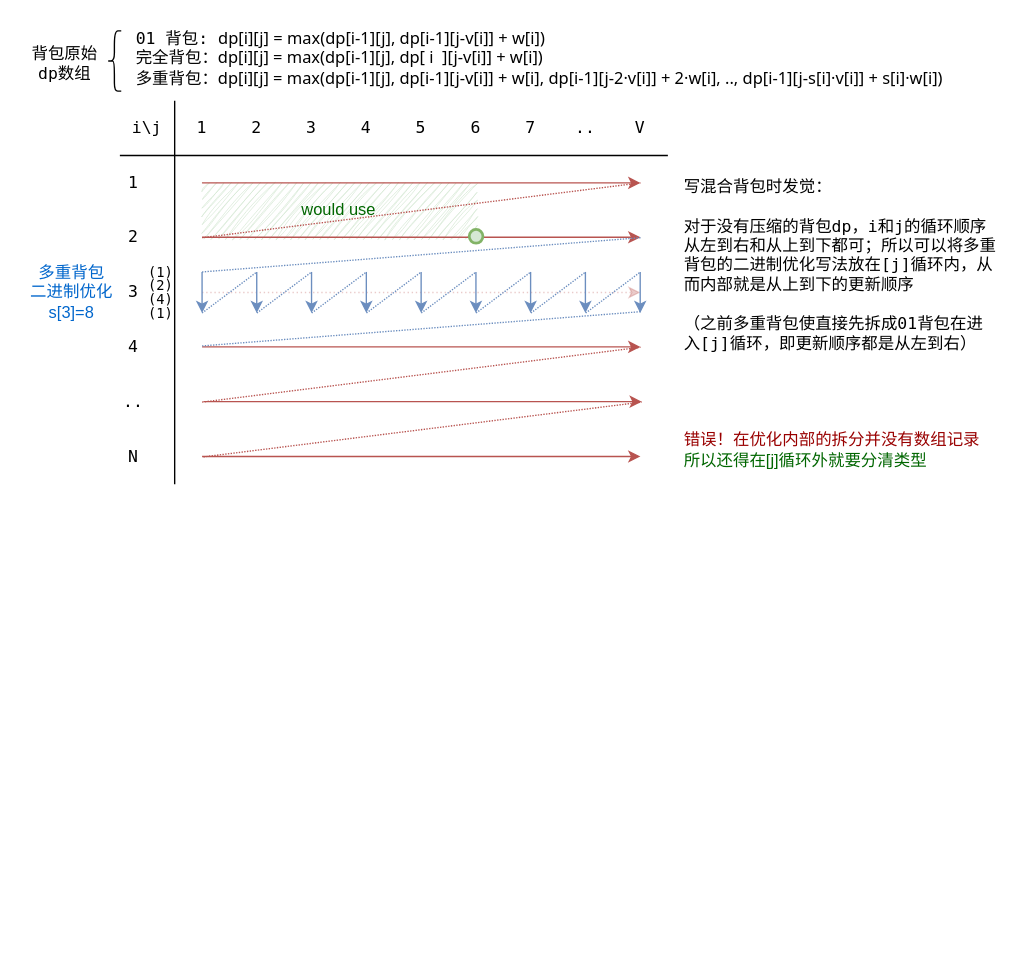
This is common/figs/algorithm.drawio from Xlucidator/AtWill-exercise, a draw.io file, before an edit. Source tidied: cells renumbered, new cells numbered last; positions are measured from the earlier drawing's top-left corner, leaving out a move shared by most shapes. Both pictures are drawn from the tidied source at 137%, with x=0, y=0 at pixel (23, 23).
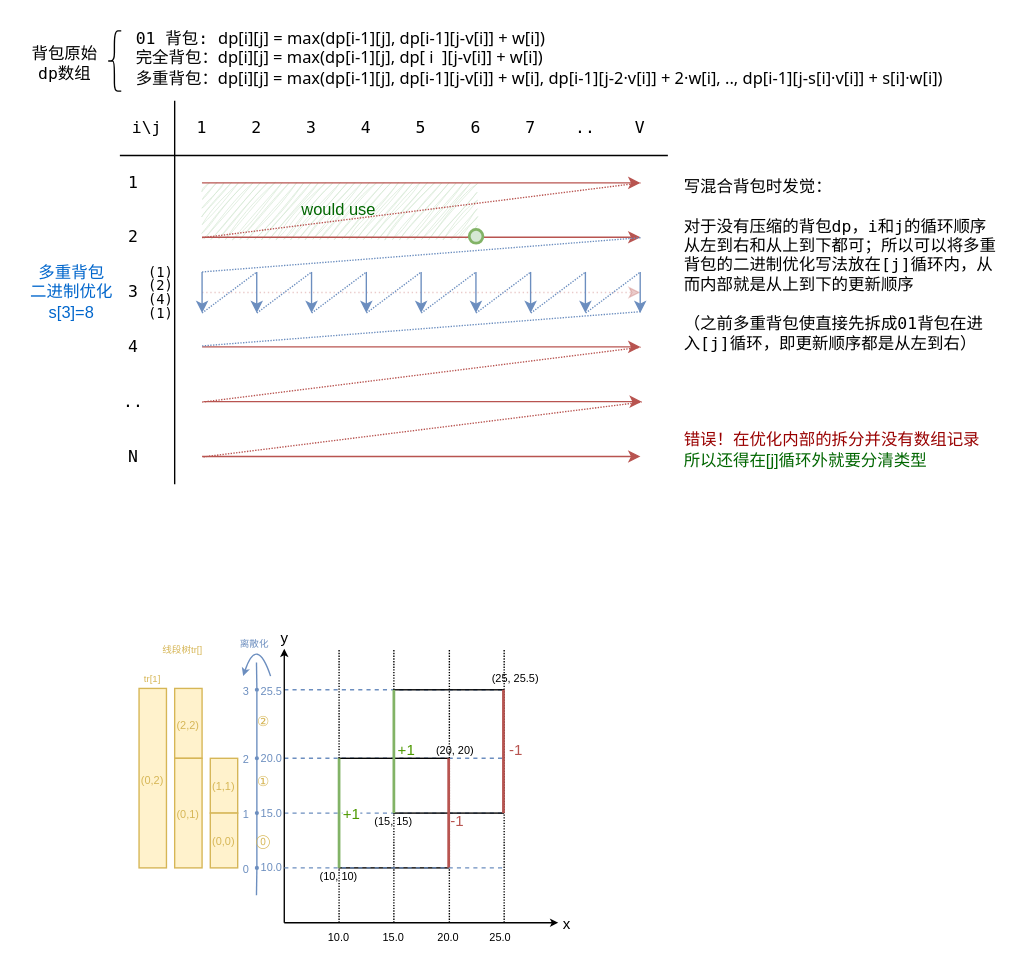
Above is the later version.

The edit, as a diff of the source:
```diff
@@
+    <mxCell id="60" style="endArrow=none;dashed=1;html=1;strokeWidth=1;rounded=0;fillColor=#dae8fc;strokeColor=#6c8ebf;" parent="1" edge="1">
+      <mxGeometry relative="1" as="geometry">
+        <mxPoint x="190" y="536" as="sourcePoint" />
+        <mxPoint x="350" y="536" as="targetPoint" />
+      </mxGeometry>
+    </mxCell>
+    <mxCell id="61" style="endArrow=none;dashed=1;html=1;strokeWidth=1;rounded=0;fillColor=#dae8fc;strokeColor=#6c8ebf;" parent="1" edge="1">
+      <mxGeometry relative="1" as="geometry">
+        <mxPoint x="190" y="486" as="sourcePoint" />
+        <mxPoint x="350" y="486" as="targetPoint" />
+      </mxGeometry>
+    </mxCell>
+    <mxCell id="62" style="endArrow=none;dashed=1;html=1;strokeWidth=1;rounded=0;fillColor=#dae8fc;strokeColor=#6c8ebf;" parent="1" edge="1">
+      <mxGeometry relative="1" as="geometry">
+        <mxPoint x="190" y="576" as="sourcePoint" />
+        <mxPoint x="350" y="576" as="targetPoint" />
+      </mxGeometry>
+    </mxCell>
@@
+    <mxCell id="63" style="endArrow=classic;html=1;rounded=0;startSize=3;endSize=3;" parent="1" edge="1">
+      <mxGeometry relative="1" as="geometry">
+        <mxPoint x="190" y="656" as="sourcePoint" />
+        <mxPoint x="390" y="656" as="targetPoint" />
+      </mxGeometry>
+    </mxCell>
+    <mxCell id="64" value="x" style="edgeLabel;html=1;align=center;verticalAlign=middle;labelBackgroundColor=none;" parent="63" vertex="1">
+      <mxGeometry x="0.88" relative="1" as="geometry">
+        <mxPoint x="17" as="offset" />
+      </mxGeometry>
+    </mxCell>
+    <mxCell id="65" style="endArrow=classic;html=1;rounded=0;startSize=3;endSize=3;" parent="1" edge="1">
+      <mxGeometry relative="1" as="geometry">
+        <mxPoint x="190" y="656" as="sourcePoint" />
+        <mxPoint x="190" y="456" as="targetPoint" />
+      </mxGeometry>
+    </mxCell>
+    <mxCell id="66" value="y" style="edgeLabel;html=1;align=center;verticalAlign=middle;labelBackgroundColor=none;" parent="65" vertex="1">
+      <mxGeometry x="0.84" relative="1" as="geometry">
+        <mxPoint x="-1" y="-25" as="offset" />
+      </mxGeometry>
+    </mxCell>
+    <mxCell id="67" style="whiteSpace=wrap;html=1;fillColor=none;" parent="1" vertex="1">
+      <mxGeometry x="230" y="536" width="80" height="80" as="geometry" />
+    </mxCell>
+    <mxCell id="68" style="rounded=0;whiteSpace=wrap;html=1;fillColor=none;" parent="1" vertex="1">
+      <mxGeometry x="270" y="486" width="80" height="90" as="geometry" />
+    </mxCell>
+    <mxCell id="69" value="&lt;font style=&quot;font-size: 8px;&quot;&gt;(10, 10)&lt;/font&gt;" style="text;html=1;align=center;verticalAlign=middle;whiteSpace=wrap;rounded=0;" parent="1" vertex="1">
+      <mxGeometry x="215" y="616" width="30" height="10" as="geometry" />
+    </mxCell>
+    <mxCell id="70" value="&lt;font style=&quot;font-size: 8px;&quot;&gt;(20, 20)&lt;/font&gt;" style="text;html=1;align=center;verticalAlign=middle;whiteSpace=wrap;rounded=0;" parent="1" vertex="1">
+      <mxGeometry x="300" y="524" width="30" height="10" as="geometry" />
+    </mxCell>
+    <mxCell id="71" value="&lt;font style=&quot;font-size: 8px;&quot;&gt;(15, 15)&lt;/font&gt;" style="text;html=1;align=center;verticalAlign=middle;whiteSpace=wrap;rounded=0;" parent="1" vertex="1">
+      <mxGeometry x="255" y="576" width="30" height="10" as="geometry" />
+    </mxCell>
+    <mxCell id="72" value="&lt;font style=&quot;font-size: 8px;&quot;&gt;(25, 25.5)&lt;/font&gt;" style="text;html=1;align=center;verticalAlign=middle;whiteSpace=wrap;rounded=0;" parent="1" vertex="1">
+      <mxGeometry x="338" y="472" width="42" height="10" as="geometry" />
+    </mxCell>
+    <mxCell id="73" style="endArrow=none;dashed=1;html=1;strokeWidth=1;rounded=0;dashPattern=1 1;" parent="1" edge="1">
+      <mxGeometry relative="1" as="geometry">
+        <mxPoint x="230" y="656" as="sourcePoint" />
+        <mxPoint x="230" y="456" as="targetPoint" />
+      </mxGeometry>
+    </mxCell>
+    <mxCell id="74" style="endArrow=none;dashed=1;html=1;strokeWidth=1;rounded=0;dashPattern=1 1;" parent="1" edge="1">
+      <mxGeometry relative="1" as="geometry">
+        <mxPoint x="270" y="656" as="sourcePoint" />
+        <mxPoint x="270" y="456" as="targetPoint" />
+      </mxGeometry>
+    </mxCell>
+    <mxCell id="75" style="endArrow=none;dashed=1;html=1;strokeWidth=1;rounded=0;dashPattern=1 1;" parent="1" edge="1">
+      <mxGeometry relative="1" as="geometry">
+        <mxPoint x="310.5" y="656" as="sourcePoint" />
+        <mxPoint x="310.5" y="456" as="targetPoint" />
+      </mxGeometry>
+    </mxCell>
+    <mxCell id="76" style="endArrow=none;dashed=1;html=1;strokeWidth=1;rounded=0;dashPattern=1 1;" parent="1" edge="1">
+      <mxGeometry relative="1" as="geometry">
+        <mxPoint x="350.5" y="656" as="sourcePoint" />
+        <mxPoint x="350.5" y="456" as="targetPoint" />
+      </mxGeometry>
+    </mxCell>
+    <mxCell id="77" value="&lt;font style=&quot;font-size: 8px;&quot;&gt;10.0&lt;/font&gt;" style="text;html=1;align=center;verticalAlign=middle;whiteSpace=wrap;rounded=0;" parent="1" vertex="1">
+      <mxGeometry x="220" y="656" width="20" height="20" as="geometry" />
+    </mxCell>
+    <mxCell id="78" value="&lt;font style=&quot;font-size: 8px;&quot;&gt;15.0&lt;/font&gt;" style="text;html=1;align=center;verticalAlign=middle;whiteSpace=wrap;rounded=0;" parent="1" vertex="1">
+      <mxGeometry x="260" y="656" width="20" height="20" as="geometry" />
+    </mxCell>
+    <mxCell id="79" value="&lt;font style=&quot;font-size: 8px;&quot;&gt;20.0&lt;/font&gt;" style="text;html=1;align=center;verticalAlign=middle;whiteSpace=wrap;rounded=0;" parent="1" vertex="1">
+      <mxGeometry x="300" y="656" width="20" height="20" as="geometry" />
+    </mxCell>
+    <mxCell id="80" value="&lt;font style=&quot;font-size: 8px;&quot;&gt;25.0&lt;/font&gt;" style="text;html=1;align=center;verticalAlign=middle;whiteSpace=wrap;rounded=0;" parent="1" vertex="1">
+      <mxGeometry x="338" y="656" width="20" height="20" as="geometry" />
+    </mxCell>
+    <mxCell id="81" style="endArrow=none;html=1;rounded=0;fillColor=#d5e8d4;strokeColor=#82b366;exitX=0;exitY=1;exitDx=0;exitDy=0;strokeWidth=2;entryX=0;entryY=0;entryDx=0;entryDy=0;" parent="1" edge="1" source="68" target="68">
+      <mxGeometry relative="1" as="geometry" />
+    </mxCell>
+    <mxCell id="82" value="&lt;font style=&quot;color: rgb(77, 153, 0);&quot;&gt;+1&lt;/font&gt;" style="edgeLabel;html=1;align=center;verticalAlign=middle;labelBackgroundColor=none;" parent="81" vertex="1">
+      <mxGeometry x="0.28" y="-1" relative="1" as="geometry">
+        <mxPoint x="7" y="11" as="offset" />
+      </mxGeometry>
+    </mxCell>
+    <mxCell id="83" style="endArrow=none;html=1;rounded=0;fillColor=#f8cecc;strokeColor=#b85450;entryX=1;entryY=0;entryDx=0;entryDy=0;exitX=1;exitY=1;exitDx=0;exitDy=0;strokeWidth=2;" parent="1" edge="1" source="68" target="68">
+      <mxGeometry relative="1" as="geometry" />
+    </mxCell>
+    <mxCell id="84" value="&lt;font style=&quot;color: rgb(184, 84, 80);&quot;&gt;-1&lt;/font&gt;" style="edgeLabel;html=1;align=center;verticalAlign=middle;labelBackgroundColor=none;" parent="83" vertex="1">
+      <mxGeometry x="0.28" y="-1" relative="1" as="geometry">
+        <mxPoint x="7" y="11" as="offset" />
+      </mxGeometry>
+    </mxCell>
+    <mxCell id="85" style="endArrow=none;html=1;rounded=0;fillColor=#f8cecc;strokeColor=#b85450;entryX=1;entryY=0;entryDx=0;entryDy=0;exitX=1;exitY=1;exitDx=0;exitDy=0;strokeWidth=2;" parent="1" edge="1" source="67" target="67">
+      <mxGeometry relative="1" as="geometry" />
+    </mxCell>
+    <mxCell id="86" value="&lt;font style=&quot;color: rgb(184, 84, 80);&quot;&gt;-1&lt;/font&gt;" style="edgeLabel;html=1;align=center;verticalAlign=middle;labelBackgroundColor=none;" parent="85" vertex="1">
+      <mxGeometry x="0.28" y="-1" relative="1" as="geometry">
+        <mxPoint x="4" y="16" as="offset" />
+      </mxGeometry>
+    </mxCell>
+    <mxCell id="87" style="endArrow=none;dashed=1;html=1;strokeWidth=1;rounded=0;fillColor=#dae8fc;strokeColor=#6c8ebf;" parent="1" edge="1">
+      <mxGeometry relative="1" as="geometry">
+        <mxPoint x="190" y="616" as="sourcePoint" />
+        <mxPoint x="350" y="616" as="targetPoint" />
+      </mxGeometry>
+    </mxCell>
+    <mxCell id="88" style="endArrow=none;html=1;rounded=0;fillColor=#d5e8d4;strokeColor=#82b366;entryX=0;entryY=0;entryDx=0;entryDy=0;exitX=0;exitY=1;exitDx=0;exitDy=0;strokeWidth=2;" parent="1" edge="1" source="67" target="67">
+      <mxGeometry relative="1" as="geometry" />
+    </mxCell>
+    <mxCell id="89" value="&lt;font style=&quot;color: rgb(77, 153, 0);&quot;&gt;+1&lt;/font&gt;" style="edgeLabel;html=1;align=center;verticalAlign=middle;" parent="88" vertex="1">
+      <mxGeometry x="0.28" y="-1" relative="1" as="geometry">
+        <mxPoint x="7" y="11" as="offset" />
+      </mxGeometry>
+    </mxCell>
+    <mxCell id="90" value="&lt;font style=&quot;font-size: 8px; color: rgb(108, 142, 191);&quot;&gt;10.0&lt;/font&gt;" style="text;html=1;align=center;verticalAlign=middle;whiteSpace=wrap;rounded=0;" parent="1" vertex="1">
+      <mxGeometry x="171" y="605" width="20" height="20" as="geometry" />
+    </mxCell>
+    <mxCell id="91" value="&lt;font style=&quot;font-size: 8px; color: rgb(108, 142, 191);&quot;&gt;15.0&lt;/font&gt;" style="text;html=1;align=center;verticalAlign=middle;whiteSpace=wrap;rounded=0;" parent="1" vertex="1">
+      <mxGeometry x="171" y="565" width="20" height="20" as="geometry" />
+    </mxCell>
+    <mxCell id="92" value="&lt;font style=&quot;font-size: 8px; color: rgb(108, 142, 191);&quot;&gt;20.0&lt;/font&gt;" style="text;html=1;align=center;verticalAlign=middle;whiteSpace=wrap;rounded=0;" parent="1" vertex="1">
+      <mxGeometry x="171" y="525" width="20" height="20" as="geometry" />
+    </mxCell>
+    <mxCell id="93" value="&lt;font style=&quot;font-size: 8px; color: rgb(108, 142, 191);&quot;&gt;25.5&lt;/font&gt;" style="text;html=1;align=center;verticalAlign=middle;whiteSpace=wrap;rounded=0;" parent="1" vertex="1">
+      <mxGeometry x="171" y="476" width="20" height="20" as="geometry" />
+    </mxCell>
+    <mxCell id="94" value="&lt;font style=&quot;font-size: 8px; color: rgb(108, 142, 191);&quot;&gt;3&lt;/font&gt;" style="text;html=1;align=center;verticalAlign=middle;whiteSpace=wrap;rounded=0;" parent="1" vertex="1">
+      <mxGeometry x="156" y="476" width="13" height="20" as="geometry" />
+    </mxCell>
+    <mxCell id="95" value="&lt;font style=&quot;font-size: 8px; color: rgb(108, 142, 191);&quot;&gt;2&lt;/font&gt;" style="text;html=1;align=center;verticalAlign=middle;whiteSpace=wrap;rounded=0;" parent="1" vertex="1">
+      <mxGeometry x="156" y="526" width="13" height="20" as="geometry" />
+    </mxCell>
+    <mxCell id="96" value="&lt;font style=&quot;font-size: 8px; color: rgb(108, 142, 191);&quot;&gt;1&lt;/font&gt;" style="text;html=1;align=center;verticalAlign=middle;whiteSpace=wrap;rounded=0;" parent="1" vertex="1">
+      <mxGeometry x="156" y="566" width="13" height="20" as="geometry" />
+    </mxCell>
+    <mxCell id="97" value="&lt;font style=&quot;font-size: 8px; color: rgb(108, 142, 191);&quot;&gt;0&lt;/font&gt;" style="text;html=1;align=center;verticalAlign=middle;whiteSpace=wrap;rounded=0;" parent="1" vertex="1">
+      <mxGeometry x="156" y="606" width="13" height="20" as="geometry" />
+    </mxCell>
+    <mxCell id="98" style="curved=1;endArrow=classic;html=1;rounded=0;endSize=3;startSize=3;fillColor=#dae8fc;strokeColor=#6c8ebf;" parent="1" edge="1">
+      <mxGeometry relative="1" as="geometry">
+        <mxPoint x="180" y="476" as="sourcePoint" />
+        <mxPoint x="160" y="476" as="targetPoint" />
+        <Array as="points">
+          <mxPoint x="170" y="446" />
+        </Array>
+      </mxGeometry>
+    </mxCell>
+    <mxCell id="99" value="&lt;font style=&quot;color: rgb(108, 142, 191); font-size: 7px;&quot;&gt;离散化&lt;/font&gt;" style="edgeLabel;html=1;align=center;verticalAlign=middle;labelBackgroundColor=none;" parent="98" vertex="1">
+      <mxGeometry x="-0.75" y="1" relative="1" as="geometry">
+        <mxPoint x="-9" y="-18" as="offset" />
+      </mxGeometry>
+    </mxCell>
+    <mxCell id="100" style="endArrow=none;html=1;rounded=0;fillColor=#dae8fc;strokeColor=#6c8ebf;" parent="1" edge="1" source="104">
+      <mxGeometry relative="1" as="geometry">
+        <mxPoint x="169.7" y="466" as="targetPoint" />
+      </mxGeometry>
+    </mxCell>
+    <mxCell id="101" style="endArrow=none;html=1;rounded=0;fillColor=#dae8fc;strokeColor=#6c8ebf;" parent="1" edge="1" source="106" target="102">
+      <mxGeometry relative="1" as="geometry" />
+    </mxCell>
+    <mxCell id="102" style="ellipse;whiteSpace=wrap;html=1;fillColor=#6C8EBF;strokeColor=#6c8ebf;" parent="1" vertex="1">
+      <mxGeometry x="169" y="535" width="2" height="2" as="geometry" />
+    </mxCell>
+    <mxCell id="103" style="endArrow=none;html=1;rounded=0;fillColor=#dae8fc;strokeColor=#6c8ebf;" parent="1" edge="1" source="102" target="104">
+      <mxGeometry relative="1" as="geometry" />
+    </mxCell>
+    <mxCell id="104" style="ellipse;whiteSpace=wrap;html=1;fillColor=#6C8EBF;strokeColor=#6c8ebf;" parent="1" vertex="1">
+      <mxGeometry x="169" y="485" width="2" height="2" as="geometry" />
+    </mxCell>
+    <mxCell id="105" style="endArrow=none;html=1;rounded=0;fillColor=#dae8fc;strokeColor=#6c8ebf;" parent="1" edge="1" source="108" target="106">
+      <mxGeometry relative="1" as="geometry" />
+    </mxCell>
+    <mxCell id="106" style="ellipse;whiteSpace=wrap;html=1;fillColor=#6C8EBF;strokeColor=#6c8ebf;" parent="1" vertex="1">
+      <mxGeometry x="169" y="575" width="2" height="2" as="geometry" />
+    </mxCell>
+    <mxCell id="107" style="endArrow=none;html=1;rounded=0;fillColor=#dae8fc;strokeColor=#6c8ebf;" parent="1" edge="1" target="108">
+      <mxGeometry relative="1" as="geometry">
+        <mxPoint x="169.7" y="636" as="sourcePoint" />
+      </mxGeometry>
+    </mxCell>
+    <mxCell id="108" style="ellipse;whiteSpace=wrap;html=1;fillColor=#6C8EBF;strokeColor=#6c8ebf;" parent="1" vertex="1">
+      <mxGeometry x="169" y="615" width="2" height="2" as="geometry" />
+    </mxCell>
+    <mxCell id="109" value="&lt;font style=&quot;font-size: 8px; color: rgb(214, 182, 86);&quot;&gt;(2,2)&lt;/font&gt;" style="rounded=0;whiteSpace=wrap;html=1;fillColor=#fff2cc;strokeColor=#d6b656;" parent="1" vertex="1">
+      <mxGeometry x="110" y="485" width="20" height="51" as="geometry" />
+    </mxCell>
+    <mxCell id="110" value="&lt;font style=&quot;font-size: 8px; color: rgb(214, 182, 86);&quot;&gt;(1,1)&lt;/font&gt;" style="rounded=0;whiteSpace=wrap;html=1;fillColor=#fff2cc;strokeColor=#d6b656;" parent="1" vertex="1">
+      <mxGeometry x="136" y="536" width="20" height="40" as="geometry" />
+    </mxCell>
+    <mxCell id="111" value="&lt;font style=&quot;font-size: 8px; color: rgb(214, 182, 86);&quot;&gt;(0,0)&lt;/font&gt;" style="rounded=0;whiteSpace=wrap;html=1;fillColor=#fff2cc;strokeColor=#d6b656;" parent="1" vertex="1">
+      <mxGeometry x="136" y="576" width="20" height="40" as="geometry" />
+    </mxCell>
+    <mxCell id="112" value="&lt;font style=&quot;font-size: 8px; color: rgb(214, 182, 86);&quot;&gt;(0,1)&lt;/font&gt;" style="rounded=0;whiteSpace=wrap;html=1;fillColor=#fff2cc;strokeColor=#d6b656;" parent="1" vertex="1">
+      <mxGeometry x="110" y="536" width="20" height="80" as="geometry" />
+    </mxCell>
+    <mxCell id="113" value="&lt;font style=&quot;font-size: 8px; color: rgb(214, 182, 86);&quot;&gt;(0,2)&lt;/font&gt;" style="rounded=0;whiteSpace=wrap;html=1;fillColor=#fff2cc;strokeColor=#d6b656;" parent="1" vertex="1">
+      <mxGeometry x="84" y="485" width="20" height="131" as="geometry" />
+    </mxCell>
+    <mxCell id="114" value="&lt;font style=&quot;font-size: 7px; color: rgb(214, 182, 86);&quot;&gt;线段树tr[]&lt;/font&gt;" style="text;html=1;align=center;verticalAlign=middle;whiteSpace=wrap;rounded=0;" parent="1" vertex="1">
+      <mxGeometry x="96" y="446" width="40" height="19" as="geometry" />
+    </mxCell>
+    <mxCell id="115" value="&lt;font style=&quot;font-size: 7px; color: rgb(214, 182, 86);&quot;&gt;tr[1]&lt;/font&gt;" style="text;html=1;align=center;verticalAlign=middle;whiteSpace=wrap;rounded=0;" parent="1" vertex="1">
+      <mxGeometry x="84" y="467" width="20" height="19" as="geometry" />
+    </mxCell>
+    <mxCell id="116" value="&lt;font style=&quot;font-size: 10px;&quot; color=&quot;#d6b656&quot;&gt;①&lt;/font&gt;" style="text;html=1;align=center;verticalAlign=middle;whiteSpace=wrap;rounded=0;" parent="1" vertex="1">
+      <mxGeometry x="165" y="543" width="20" height="20" as="geometry" />
+    </mxCell>
+    <mxCell id="117" value="&lt;font color=&quot;#d6b656&quot;&gt;&lt;span style=&quot;font-size: 10px;&quot;&gt;②&lt;/span&gt;&lt;/font&gt;" style="text;html=1;align=center;verticalAlign=middle;whiteSpace=wrap;rounded=0;" parent="1" vertex="1">
+      <mxGeometry x="165" y="499" width="20" height="20" as="geometry" />
+    </mxCell>
+    <mxCell id="118" value="&lt;font style=&quot;font-size: 10px;&quot; color=&quot;#d6b656&quot;&gt;⓪&lt;/font&gt;" style="text;html=1;align=center;verticalAlign=middle;whiteSpace=wrap;rounded=0;" parent="1" vertex="1">
+      <mxGeometry x="165" y="586" width="20" height="20" as="geometry" />
+    </mxCell>
```
